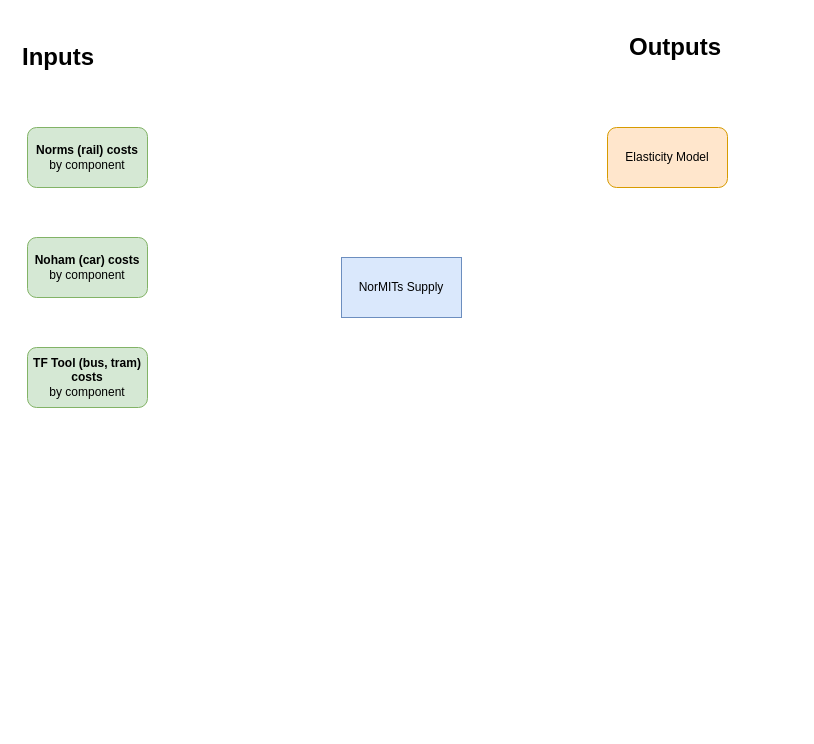
This is page "I/O Summary" (1 of 3) of docs/op_models/NorMITs Supply/Stakeholder.drawio from Transport-for-the-North/NorMITs-Demand, a draw.io file, before an edit. Source tidied: cells renumbered, new cells numbered last; positions are measured from the earlier drawing's top-left corner, leaving out a move shared by most shapes. Both pictures are drawn from the tidied source at 100%, with x=0, y=0 at pixel (17, 27).
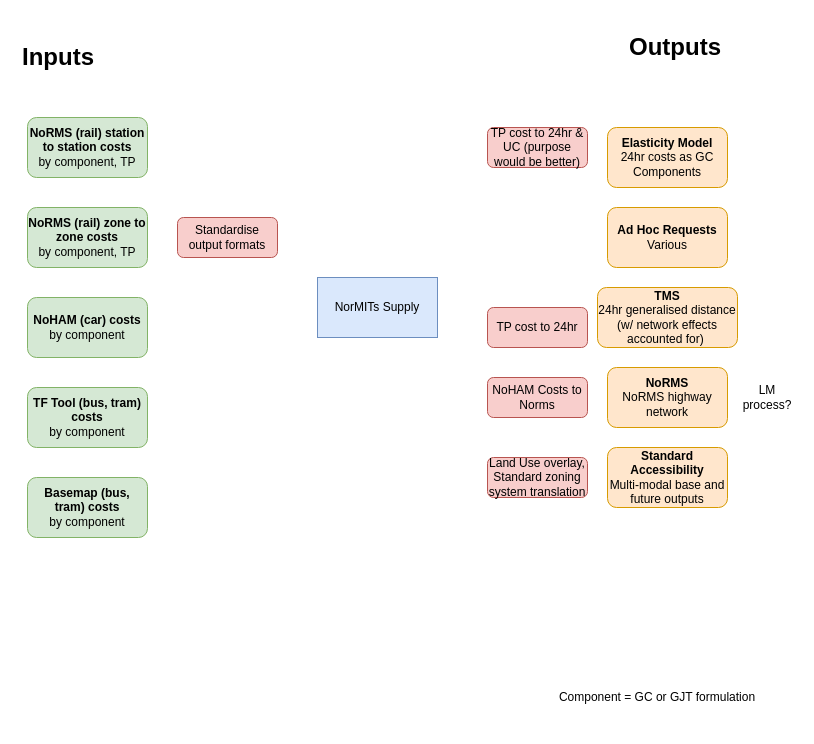
The same page after the edit.

Change to the diagram source:
```diff
@@
     <mxCell id="2" value="NorMITs Supply" style="rounded=0;whiteSpace=wrap;html=1;fillColor=#dae8fc;strokeColor=#6c8ebf;" parent="1" vertex="1">
-      <mxGeometry x="324" y="230" width="120" height="60" as="geometry" />
+      <mxGeometry x="300" y="250" width="120" height="60" as="geometry" />
     </mxCell>
-    <mxCell id="3" value="Elasticity Model" style="rounded=1;whiteSpace=wrap;html=1;fillColor=#ffe6cc;strokeColor=#d79b00;" parent="1" vertex="1">
+    <mxCell id="3" value="&lt;b&gt;Elasticity Model&lt;/b&gt;&lt;br&gt;24hr costs as GC Components" style="rounded=1;whiteSpace=wrap;html=1;fillColor=#ffe6cc;strokeColor=#d79b00;" parent="1" vertex="1">
       <mxGeometry x="590" y="100" width="120" height="60" as="geometry" />
     </mxCell>
@@
-    <mxCell id="6" value="&lt;b&gt;Norms (rail) costs&lt;/b&gt;&lt;br&gt;by component" style="rounded=1;whiteSpace=wrap;html=1;fillColor=#d5e8d4;strokeColor=#82b366;" parent="1" vertex="1">
-      <mxGeometry x="10" y="100" width="120" height="60" as="geometry" />
+    <mxCell id="6" value="&lt;b&gt;NoRMS (rail) zone to zone costs&lt;/b&gt;&lt;br&gt;by component, TP" style="rounded=1;whiteSpace=wrap;html=1;fillColor=#d5e8d4;strokeColor=#82b366;" parent="1" vertex="1">
+      <mxGeometry x="10" y="180" width="120" height="60" as="geometry" />
     </mxCell>
-    <mxCell id="7" value="&lt;b&gt;Noham (car) costs&lt;/b&gt;&lt;br&gt;by component" style="rounded=1;whiteSpace=wrap;html=1;fillColor=#d5e8d4;strokeColor=#82b366;" parent="1" vertex="1">
-      <mxGeometry x="10" y="210" width="120" height="60" as="geometry" />
+    <mxCell id="7" value="&lt;b&gt;NoHAM (car) costs&lt;/b&gt;&lt;br&gt;by component" style="rounded=1;whiteSpace=wrap;html=1;fillColor=#d5e8d4;strokeColor=#82b366;" parent="1" vertex="1">
+      <mxGeometry x="10" y="270" width="120" height="60" as="geometry" />
     </mxCell>
     <mxCell id="8" value="&lt;b&gt;TF Tool (bus, tram) costs&lt;/b&gt;&lt;br&gt;by component" style="rounded=1;whiteSpace=wrap;html=1;fillColor=#d5e8d4;strokeColor=#82b366;" parent="1" vertex="1">
-      <mxGeometry x="10" y="320" width="120" height="60" as="geometry" />
+      <mxGeometry x="10" y="360" width="120" height="60" as="geometry" />
     </mxCell>
+    <mxCell id="9" value="&lt;b&gt;Basemap (bus, tram) costs&lt;/b&gt;&lt;br&gt;&lt;span&gt;by component&lt;/span&gt;" style="rounded=1;whiteSpace=wrap;html=1;fillColor=#d5e8d4;strokeColor=#82b366;" parent="1" vertex="1">
+      <mxGeometry x="10" y="450" width="120" height="60" as="geometry" />
+    </mxCell>
+    <mxCell id="10" value="&lt;b&gt;NoRMS (rail) station to station costs&lt;/b&gt;&lt;br&gt;by component, TP" style="rounded=1;whiteSpace=wrap;html=1;fillColor=#d5e8d4;strokeColor=#82b366;" parent="1" vertex="1">
+      <mxGeometry x="10" y="90" width="120" height="60" as="geometry" />
+    </mxCell>
+    <mxCell id="11" value="Component = GC or GJT formulation" style="text;html=1;strokeColor=none;fillColor=none;align=center;verticalAlign=middle;whiteSpace=wrap;rounded=0;" parent="1" vertex="1">
+      <mxGeometry x="520" y="640" width="240" height="60" as="geometry" />
+    </mxCell>
+    <mxCell id="12" value="&lt;b&gt;Ad Hoc Requests&lt;/b&gt;&lt;br&gt;Various" style="rounded=1;whiteSpace=wrap;html=1;fillColor=#ffe6cc;strokeColor=#d79b00;" parent="1" vertex="1">
+      <mxGeometry x="590" y="180" width="120" height="60" as="geometry" />
+    </mxCell>
+    <mxCell id="13" value="&lt;b&gt;TMS&lt;br&gt;&lt;/b&gt;24hr generalised distance (w/ network effects accounted for)&amp;nbsp;" style="rounded=1;whiteSpace=wrap;html=1;fillColor=#ffe6cc;strokeColor=#d79b00;" parent="1" vertex="1">
+      <mxGeometry x="580" y="260" width="140" height="60" as="geometry" />
+    </mxCell>
+    <mxCell id="14" value="&lt;b&gt;NoRMS&lt;/b&gt;&lt;br&gt;NoRMS highway network" style="rounded=1;whiteSpace=wrap;html=1;fillColor=#ffe6cc;strokeColor=#d79b00;" parent="1" vertex="1">
+      <mxGeometry x="590" y="340" width="120" height="60" as="geometry" />
+    </mxCell>
+    <mxCell id="15" value="LM process?" style="text;html=1;strokeColor=none;fillColor=none;align=center;verticalAlign=middle;whiteSpace=wrap;rounded=0;" parent="1" vertex="1">
+      <mxGeometry x="720" y="350" width="60" height="40" as="geometry" />
+    </mxCell>
+    <mxCell id="16" value="TP cost to 24hr" style="rounded=1;whiteSpace=wrap;html=1;fillColor=#f8cecc;strokeColor=#b85450;" parent="1" vertex="1">
+      <mxGeometry x="470" y="280" width="100" height="40" as="geometry" />
+    </mxCell>
+    <mxCell id="17" value="NoHAM Costs to Norms" style="rounded=1;whiteSpace=wrap;html=1;fillColor=#f8cecc;strokeColor=#b85450;" parent="1" vertex="1">
+      <mxGeometry x="470" y="350" width="100" height="40" as="geometry" />
+    </mxCell>
+    <mxCell id="18" value="TP cost to 24hr &amp;amp; UC (purpose would be better)" style="rounded=1;whiteSpace=wrap;html=1;fillColor=#f8cecc;strokeColor=#b85450;" parent="1" vertex="1">
+      <mxGeometry x="470" y="100" width="100" height="40" as="geometry" />
+    </mxCell>
+    <mxCell id="19" value="&lt;b&gt;Standard Accessibility&lt;br&gt;&lt;/b&gt;Multi-modal base and future outputs" style="rounded=1;whiteSpace=wrap;html=1;fillColor=#ffe6cc;strokeColor=#d79b00;" parent="1" vertex="1">
+      <mxGeometry x="590" y="420" width="120" height="60" as="geometry" />
+    </mxCell>
+    <mxCell id="20" value="Land Use overlay,&lt;br&gt;Standard zoning system translation" style="rounded=1;whiteSpace=wrap;html=1;fillColor=#f8cecc;strokeColor=#b85450;" parent="1" vertex="1">
+      <mxGeometry x="470" y="430" width="100" height="40" as="geometry" />
+    </mxCell>
+    <mxCell id="21" value="Standardise output formats" style="rounded=1;whiteSpace=wrap;html=1;fillColor=#f8cecc;strokeColor=#b85450;" parent="1" vertex="1">
+      <mxGeometry x="160" y="190" width="100" height="40" as="geometry" />
+    </mxCell>
```
